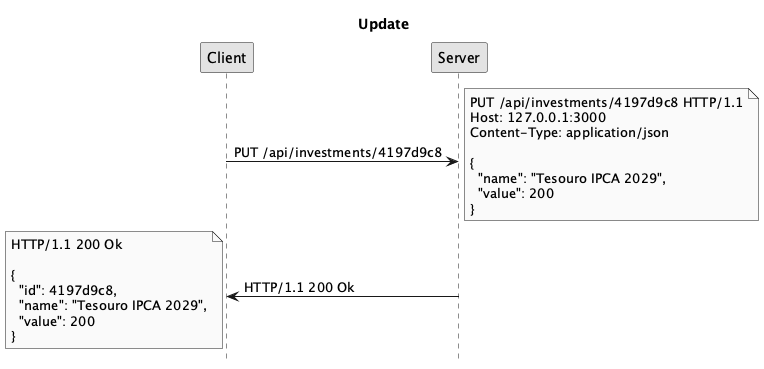
The PlantUML diagram public/imgs/expressjs/api/update-investment-simple.png in ifpb/lp2, before a commit.
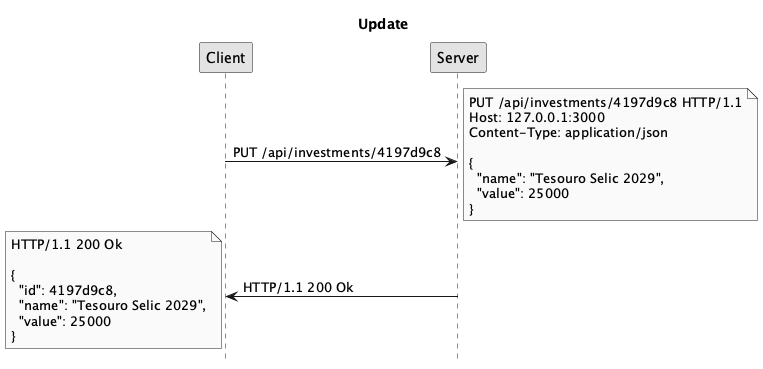
After the commit.

What changed in the source:
```diff
@@ -4,7 +4,7 @@
 skinparam monochrome true
 
 Client -> Server: PUT /api/investments/4197d9c8
-note right: PUT /api/investments/4197d9c8 HTTP/1.1\nHost: 127.0.0.1:3000\nContent-Type: application/json\n\n{\n  "name": "Tesouro IPCA 2029",\n  "value": 200\n}
+note right: PUT /api/investments/4197d9c8 HTTP/1.1\nHost: 127.0.0.1:3000\nContent-Type: application/json\n\n{\n  "name": "Tesouro Selic 2029",\n  "value": 25000\n}
 Server -> Client: HTTP/1.1 200 Ok
-note left: HTTP/1.1 200 Ok\n\n{\n  "id": 4197d9c8,\n  "name": "Tesouro IPCA 2029",\n  "value": 200\n}
+note left: HTTP/1.1 200 Ok\n\n{\n  "id": 4197d9c8,\n  "name": "Tesouro Selic 2029",\n  "value": 25000\n}
 @enduml
```
